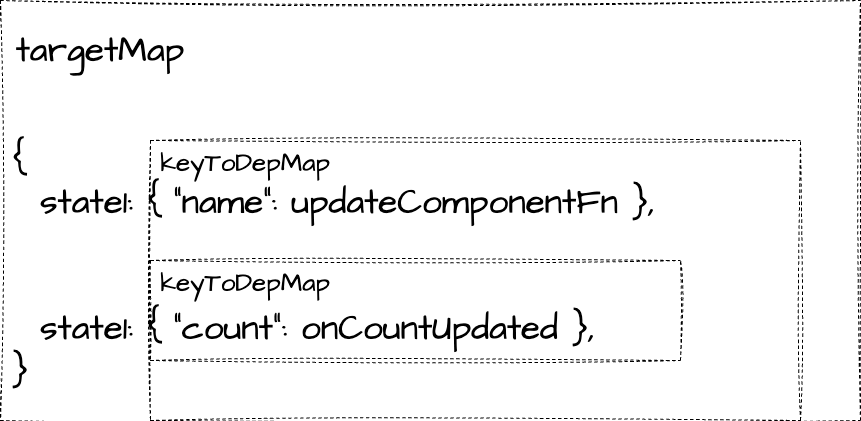
ubugeeei/chibivue keeps this draw.io diagram as book/images/target_map.drawio.png. Above is the earlier version. Source tidied: cells renumbered, new cells last; positions are measured from the earlier drawing's top-left corner, leaving out a move shared by most shapes.
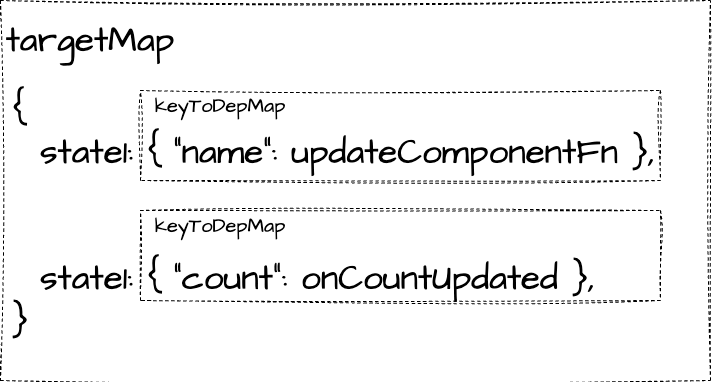
The same diagram one commit later.

Change to the diagram source:
```diff
@@ -3,25 +3,25 @@
     <mxCell id="0" />
     <mxCell id="1" parent="0" />
     <mxCell id="2" style="swimlane;startSize=0;sketch=1;hachureGap=4;jiggle=2;curveFitting=1;fontFamily=Architects Daughter;fontSource=https%3A%2F%2Ffonts.googleapis.com%2Fcss%3Ffamily%3DArchitects%2BDaughter;fontSize=35;dashed=1;" parent="1" vertex="1">
-      <mxGeometry width="860" height="420" as="geometry" />
+      <mxGeometry width="710" height="380" as="geometry" />
     </mxCell>
     <mxCell id="3" value="targetMap" style="text;html=1;strokeColor=none;fillColor=none;align=center;verticalAlign=middle;whiteSpace=wrap;rounded=0;dashed=1;sketch=1;hachureGap=4;jiggle=2;curveFitting=1;fontFamily=Architects Daughter;fontSource=https%3A%2F%2Ffonts.googleapis.com%2Fcss%3Ffamily%3DArchitects%2BDaughter;fontSize=35;" parent="2" vertex="1">
-      <mxGeometry x="10" y="10" width="180" height="80" as="geometry" />
+      <mxGeometry width="180" height="80" as="geometry" />
     </mxCell>
-    <mxCell id="4" style="swimlane;startSize=0;dashed=1;sketch=1;hachureGap=4;jiggle=2;curveFitting=1;fontFamily=Architects Daughter;fontSource=https%3A%2F%2Ffonts.googleapis.com%2Fcss%3Ffamily%3DArchitects%2BDaughter;fontSize=35;" parent="2" vertex="1">
-      <mxGeometry x="150" y="140" width="650" height="280" as="geometry" />
-    </mxCell>
-    <mxCell id="5" value="&lt;font style=&quot;font-size: 35px;&quot;&gt;{&lt;br&gt;&amp;nbsp; state1: { &quot;name&quot;: updateComponentFn },&lt;br&gt;&lt;br&gt;&lt;br&gt;&amp;nbsp; state1: { &quot;count&quot;: onCountUpdated },&lt;br&gt;}&lt;/font&gt;" style="text;html=1;strokeColor=none;fillColor=none;align=left;verticalAlign=middle;whiteSpace=wrap;rounded=0;sketch=1;hachureGap=4;jiggle=2;curveFitting=1;fontFamily=Architects Daughter;fontSource=https%3A%2F%2Ffonts.googleapis.com%2Fcss%3Ffamily%3DArchitects%2BDaughter;fontSize=20;" parent="4" vertex="1">
-      <mxGeometry x="-140" y="-30" width="790" height="310" as="geometry" />
+    <mxCell id="5" value="&lt;font style=&quot;font-size: 35px;&quot;&gt;{&lt;br&gt;&amp;nbsp; state1: { &quot;name&quot;: updateComponentFn },&lt;br&gt;&lt;br&gt;&lt;br&gt;&amp;nbsp; state1: { &quot;count&quot;: onCountUpdated },&lt;br&gt;}&lt;/font&gt;" style="text;html=1;strokeColor=none;fillColor=none;align=left;verticalAlign=middle;whiteSpace=wrap;rounded=0;sketch=1;hachureGap=4;jiggle=2;curveFitting=1;fontFamily=Architects Daughter;fontSource=https%3A%2F%2Ffonts.googleapis.com%2Fcss%3Ffamily%3DArchitects%2BDaughter;fontSize=20;" parent="2" vertex="1">
+      <mxGeometry x="10" y="60" width="690" height="310" as="geometry" />
     </mxCell>
-    <mxCell id="6" style="swimlane;startSize=0;dashed=1;sketch=1;hachureGap=4;jiggle=2;curveFitting=1;fontFamily=Architects Daughter;fontSource=https%3A%2F%2Ffonts.googleapis.com%2Fcss%3Ffamily%3DArchitects%2BDaughter;fontSize=35;" parent="2" vertex="1">
-      <mxGeometry x="150" y="260" width="530" height="100" as="geometry" />
-    </mxCell>
-    <mxCell id="7" value="&lt;span style=&quot;font-size: 26px;&quot;&gt;keyToDepMap&lt;/span&gt;" style="text;html=1;strokeColor=none;fillColor=none;align=center;verticalAlign=middle;whiteSpace=wrap;rounded=0;dashed=1;sketch=1;hachureGap=4;jiggle=2;curveFitting=1;fontFamily=Architects Daughter;fontSource=https%3A%2F%2Ffonts.googleapis.com%2Fcss%3Ffamily%3DArchitects%2BDaughter;fontSize=35;" parent="2" vertex="1">
-      <mxGeometry x="180" y="140" width="130" height="40" as="geometry" />
-    </mxCell>
-    <mxCell id="8" value="&lt;span style=&quot;font-size: 26px;&quot;&gt;keyToDepMap&lt;/span&gt;" style="text;html=1;strokeColor=none;fillColor=none;align=center;verticalAlign=middle;whiteSpace=wrap;rounded=0;dashed=1;sketch=1;hachureGap=4;jiggle=2;curveFitting=1;fontFamily=Architects Daughter;fontSource=https%3A%2F%2Ffonts.googleapis.com%2Fcss%3Ffamily%3DArchitects%2BDaughter;fontSize=35;" parent="2" vertex="1">
-      <mxGeometry x="180" y="260" width="130" height="40" as="geometry" />
-    </mxCell>
+    <mxCell id="9" style="rounded=0;whiteSpace=wrap;html=1;sketch=1;hachureGap=4;jiggle=2;curveFitting=1;fontFamily=Architects Daughter;fontSource=https%3A%2F%2Ffonts.googleapis.com%2Fcss%3Ffamily%3DArchitects%2BDaughter;fontSize=20;fillColor=none;dashed=1;" parent="2" vertex="1">
+      <mxGeometry x="140" y="90" width="520" height="90" as="geometry" />
+    </mxCell>
+    <mxCell id="10" style="rounded=0;whiteSpace=wrap;html=1;sketch=1;hachureGap=4;jiggle=2;curveFitting=1;fontFamily=Architects Daughter;fontSource=https%3A%2F%2Ffonts.googleapis.com%2Fcss%3Ffamily%3DArchitects%2BDaughter;fontSize=20;fillColor=none;dashed=1;" parent="2" vertex="1">
+      <mxGeometry x="140" y="210" width="520" height="90" as="geometry" />
+    </mxCell>
+    <mxCell id="11" value="keyToDepMap" style="text;html=1;strokeColor=none;fillColor=none;align=center;verticalAlign=middle;whiteSpace=wrap;rounded=0;dashed=1;sketch=1;hachureGap=4;jiggle=2;curveFitting=1;fontFamily=Architects Daughter;fontSource=https%3A%2F%2Ffonts.googleapis.com%2Fcss%3Ffamily%3DArchitects%2BDaughter;fontSize=20;" parent="2" vertex="1">
+      <mxGeometry x="140" y="90" width="160" height="30" as="geometry" />
+    </mxCell>
+    <mxCell id="12" value="keyToDepMap" style="text;html=1;strokeColor=none;fillColor=none;align=center;verticalAlign=middle;whiteSpace=wrap;rounded=0;dashed=1;sketch=1;hachureGap=4;jiggle=2;curveFitting=1;fontFamily=Architects Daughter;fontSource=https%3A%2F%2Ffonts.googleapis.com%2Fcss%3Ffamily%3DArchitects%2BDaughter;fontSize=20;" parent="2" vertex="1">
+      <mxGeometry x="140" y="210" width="160" height="30" as="geometry" />
+    </mxCell>
   </root>
 </mxGraphModel>
```
